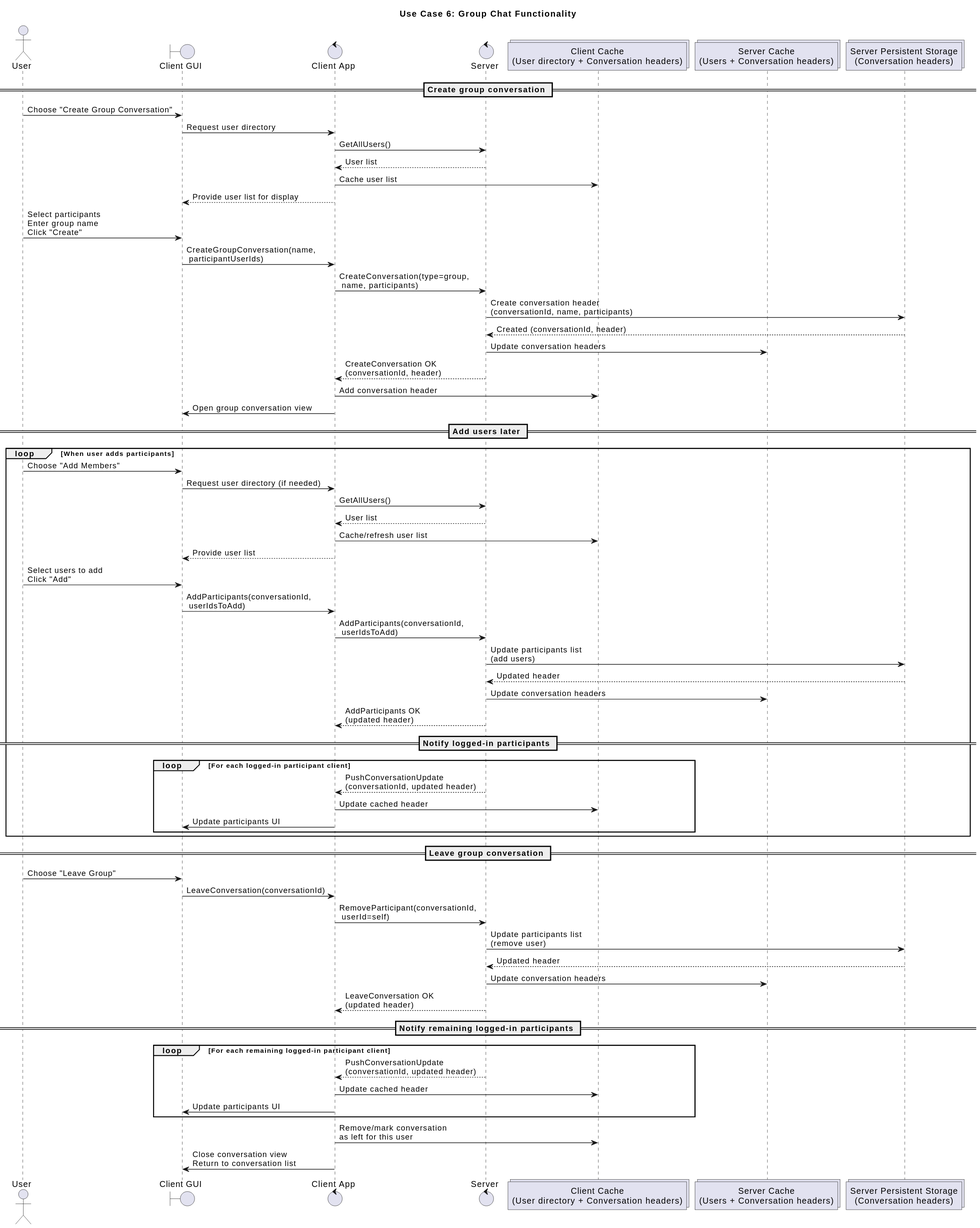
NubezVilla/CS_401_Group_1 keeps this PlantUML diagram as docs/diagrams/SequenceDiagrams/6-GroupChatFunctions.svg. Above is the earlier version. Source of this version:
```plantuml
@startuml
title Use Case 6: Group Chat Functionality

actor User
boundary GUI as "Client GUI"
control Client as "Client App"
control Server as "Server"
collections ClientCache as "Client Cache\n(User directory + Conversation headers)"
collections Cache as "Server Cache\n(Users + Conversation headers)"
collections Store as "Server Persistent Storage\n(Conversation headers)"

== Create group conversation ==
User -> GUI: Choose "Create Group Conversation"
GUI -> Client: Request user directory
Client -> Server: GetAllUsers()
Server --> Client: User list
Client -> ClientCache: Cache user list
Client --> GUI: Provide user list for display

User -> GUI: Select participants\nEnter group name\nClick "Create"
GUI -> Client: CreateGroupConversation(name,\n participantUserIds)

Client -> Server: CreateConversation(type=group,\n name, participants)
Server -> Store: Create conversation header\n(conversationId, name, participants)
Store --> Server: Created (conversationId, header)
Server -> Cache: Update conversation headers
Server --> Client: CreateConversation OK\n(conversationId, header)

Client -> ClientCache: Add conversation header
Client -> GUI: Open group conversation view

== Add users later ==
loop When user adds participants
  User -> GUI: Choose "Add Members"
  GUI -> Client: Request user directory (if needed)
  Client -> Server: GetAllUsers()
  Server --> Client: User list
  Client -> ClientCache: Cache/refresh user list
  Client --> GUI: Provide user list

  User -> GUI: Select users to add\nClick "Add"
  GUI -> Client: AddParticipants(conversationId,\n userIdsToAdd)
  Client -> Server: AddParticipants(conversationId,\n userIdsToAdd)

  Server -> Store: Update participants list\n(add users)
  Store --> Server: Updated header
  Server -> Cache: Update conversation headers

  Server --> Client: AddParticipants OK\n(updated header)

  == Notify logged-in participants ==
  loop For each logged-in participant client
    Server --> Client: PushConversationUpdate\n(conversationId, updated header)
    Client -> ClientCache: Update cached header
    Client -> GUI: Update participants UI
  end
end

== Leave group conversation ==
User -> GUI: Choose "Leave Group"
GUI -> Client: LeaveConversation(conversationId)
Client -> Server: RemoveParticipant(conversationId,\n userId=self)

Server -> Store: Update participants list\n(remove user)
Store --> Server: Updated header
Server -> Cache: Update conversation headers
Server --> Client: LeaveConversation OK\n(updated header)

== Notify remaining logged-in participants ==
loop For each remaining logged-in participant client
  Server --> Client: PushConversationUpdate\n(conversationId, updated header)
  Client -> ClientCache: Update cached header
  Client -> GUI: Update participants UI
end

Client -> ClientCache: Remove/mark conversation\nas left for this user
Client -> GUI: Close conversation view\nReturn to conversation list
@enduml
```
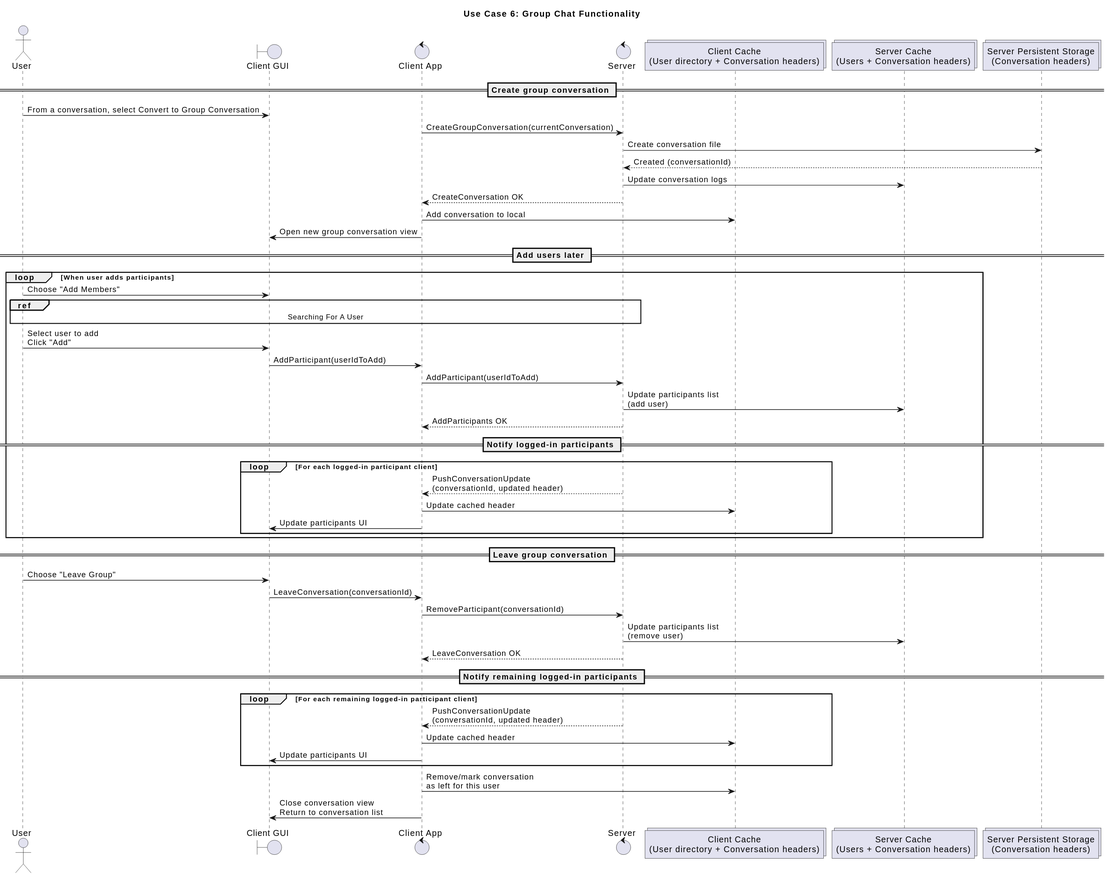
The same file after the commit.

Commit message:
docs: auto-render PlantUML diagrams

The edit, as a diff of the source:
```diff
@@ -10,43 +10,28 @@
 collections Store as "Server Persistent Storage\n(Conversation headers)"
 
 == Create group conversation ==
-User -> GUI: Choose "Create Group Conversation"
-GUI -> Client: Request user directory
-Client -> Server: GetAllUsers()
-Server --> Client: User list
-Client -> ClientCache: Cache user list
-Client --> GUI: Provide user list for display
+User -> GUI: From a conversation, select Convert to Group Conversation
 
-User -> GUI: Select participants\nEnter group name\nClick "Create"
-GUI -> Client: CreateGroupConversation(name,\n participantUserIds)
+Client -> Server: CreateGroupConversation(currentConversation)
+Server -> Store: Create conversation file
+Store --> Server: Created (conversationId)
+Server -> Cache: Update conversation logs
+Server --> Client: CreateConversation OK
 
-Client -> Server: CreateConversation(type=group,\n name, participants)
-Server -> Store: Create conversation header\n(conversationId, name, participants)
-Store --> Server: Created (conversationId, header)
-Server -> Cache: Update conversation headers
-Server --> Client: CreateConversation OK\n(conversationId, header)
-
-Client -> ClientCache: Add conversation header
-Client -> GUI: Open group conversation view
+Client -> ClientCache: Add conversation to local
+Client -> GUI: Open new group conversation view
 
 == Add users later ==
 loop When user adds participants
   User -> GUI: Choose "Add Members"
-  GUI -> Client: Request user directory (if needed)
-  Client -> Server: GetAllUsers()
-  Server --> Client: User list
-  Client -> ClientCache: Cache/refresh user list
-  Client --> GUI: Provide user list
+  ref over User, GUI, Client, Server: Searching For A User
+  User -> GUI: Select user to add\nClick "Add"
+  GUI -> Client: AddParticipant(userIdToAdd)
+  Client -> Server: AddParticipant(userIdToAdd)
 
-  User -> GUI: Select users to add\nClick "Add"
-  GUI -> Client: AddParticipants(conversationId,\n userIdsToAdd)
-  Client -> Server: AddParticipants(conversationId,\n userIdsToAdd)
+  Server -> Cache: Update participants list\n(add user)
 
-  Server -> Store: Update participants list\n(add users)
-  Store --> Server: Updated header
-  Server -> Cache: Update conversation headers
-
-  Server --> Client: AddParticipants OK\n(updated header)
+  Server --> Client: AddParticipants OK
 
   == Notify logged-in participants ==
   loop For each logged-in participant client
@@ -59,12 +44,10 @@
 == Leave group conversation ==
 User -> GUI: Choose "Leave Group"
 GUI -> Client: LeaveConversation(conversationId)
-Client -> Server: RemoveParticipant(conversationId,\n userId=self)
+Client -> Server: RemoveParticipant(conversationId)
 
-Server -> Store: Update participants list\n(remove user)
-Store --> Server: Updated header
-Server -> Cache: Update conversation headers
-Server --> Client: LeaveConversation OK\n(updated header)
+Server -> Cache: Update participants list\n(remove user)
+Server --> Client: LeaveConversation OK
 
 == Notify remaining logged-in participants ==
 loop For each remaining logged-in participant client
```
